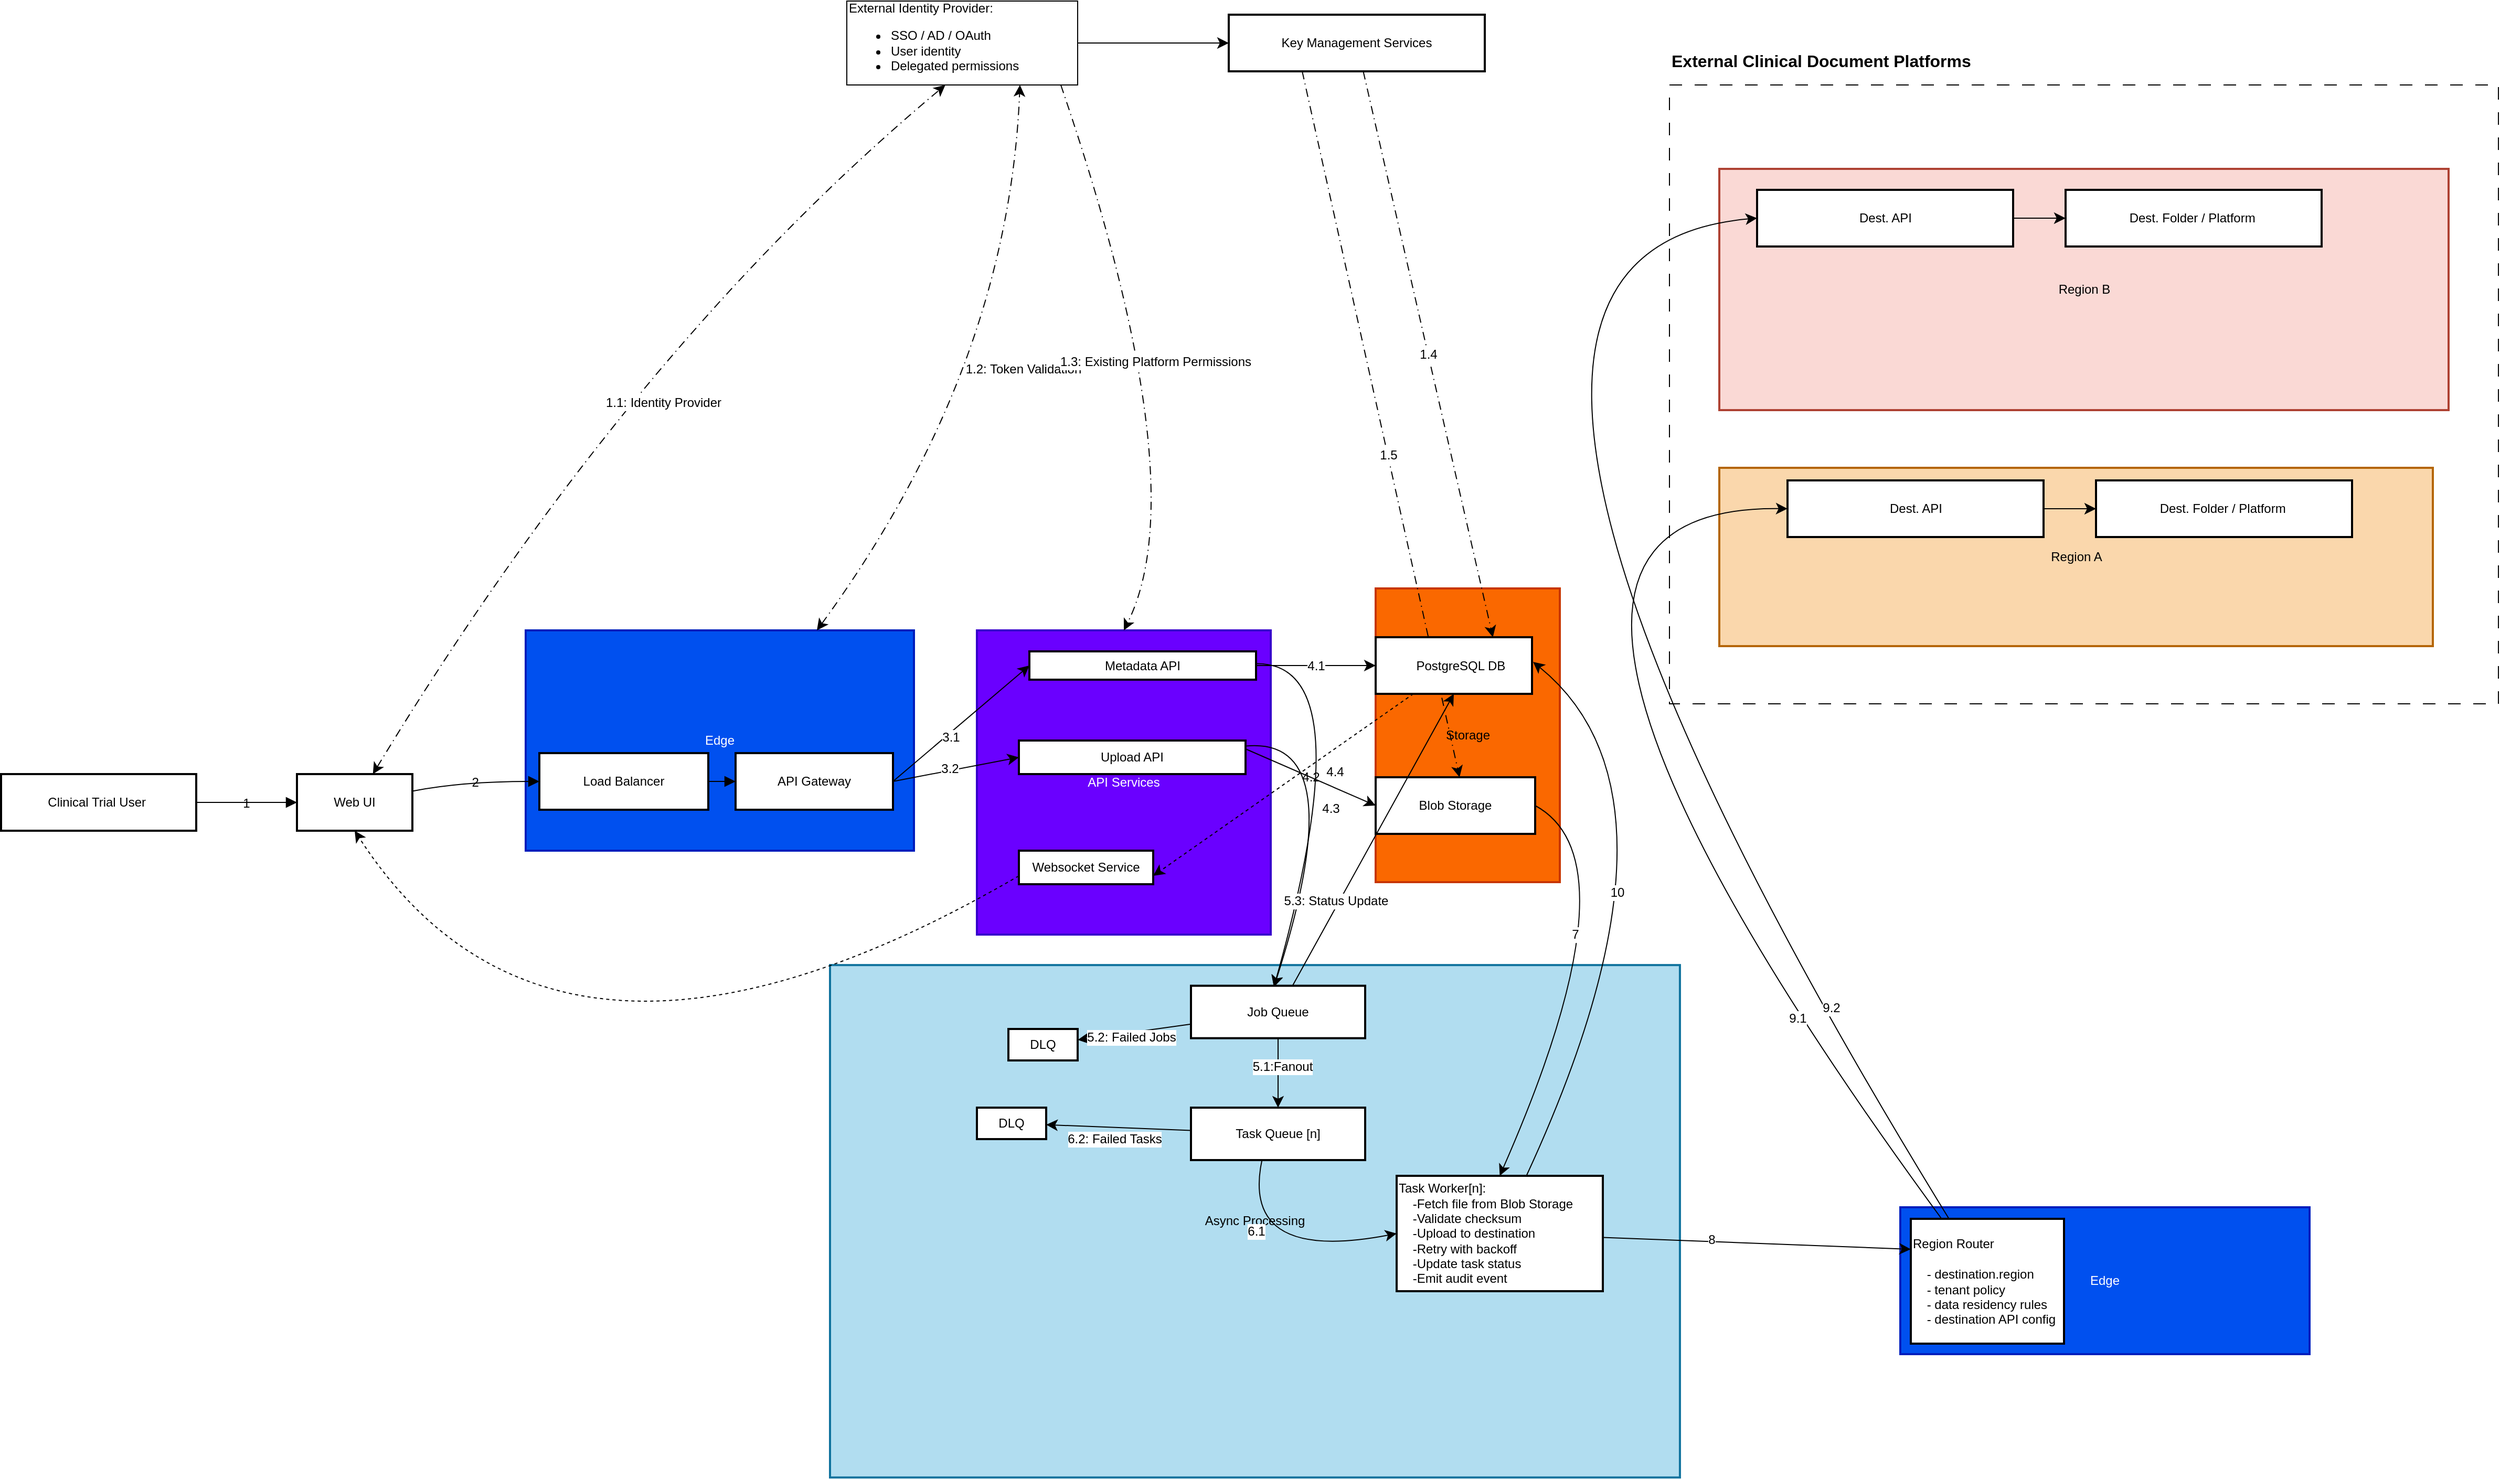
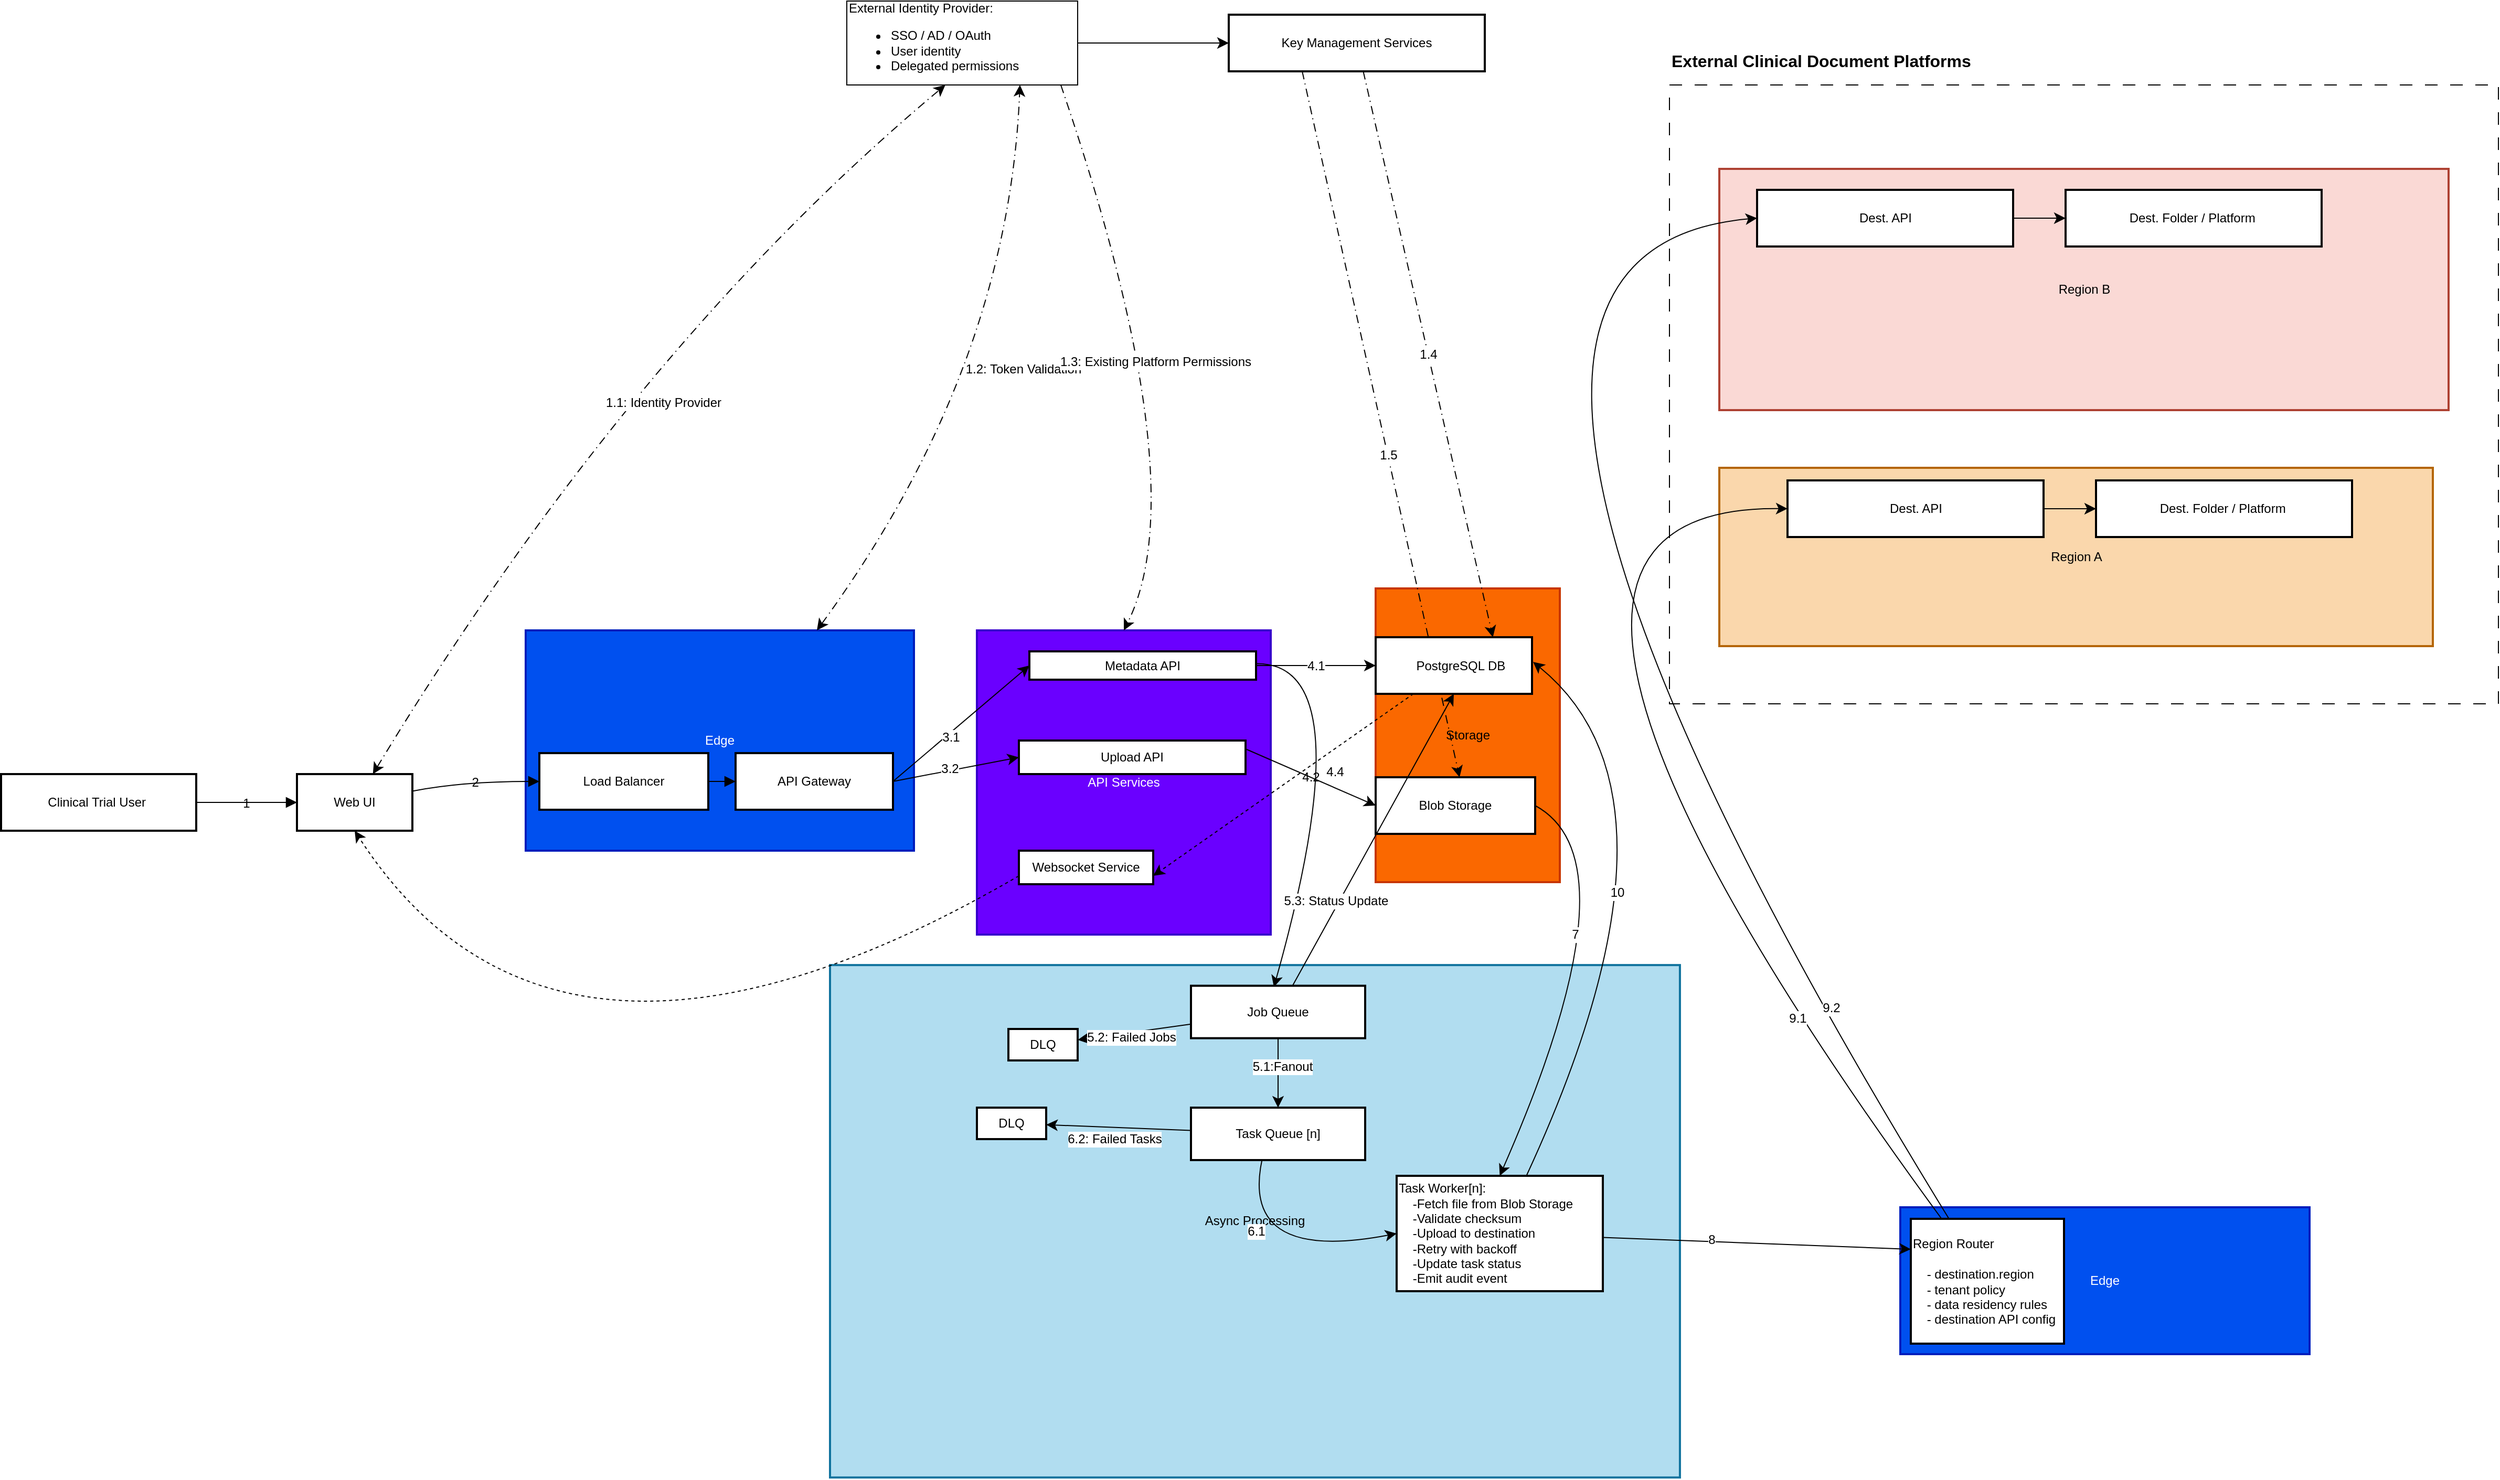
<mxfile host="app.diagrams.net">
  <diagram name="Overall-Diagram" id="Xauzskn0iYLa3f8TggF1">
    <mxGraphModel dx="1148" dy="1882" grid="1" gridSize="10" guides="1" tooltips="1" connect="1" arrows="1" fold="1" page="1" pageScale="1" pageWidth="850" pageHeight="1100" background="none" math="0" shadow="0">
      <root>
        <mxCell id="0" />
        <mxCell id="1" parent="0" />
        <mxCell id="kZjGEyZ31KSyDfQOjVAd-13" connectable="0" parent="1" style="group" value="" vertex="1">
          <mxGeometry height="630" width="790" x="1690" y="-520" as="geometry" />
        </mxCell>
        <mxCell id="kZjGEyZ31KSyDfQOjVAd-8" parent="kZjGEyZ31KSyDfQOjVAd-13" style="rounded=0;whiteSpace=wrap;html=1;fillColor=none;dashed=1;dashPattern=12 12;" value="" vertex="1">
          <mxGeometry height="590" width="790" y="40" as="geometry" />
        </mxCell>
        <mxCell id="kZjGEyZ31KSyDfQOjVAd-10" parent="kZjGEyZ31KSyDfQOjVAd-13" style="text;html=1;whiteSpace=wrap;strokeColor=none;fillColor=none;align=left;verticalAlign=middle;rounded=0;fontSize=16;" value="&lt;h2&gt;&lt;span style=&quot;-webkit-text-size-adjust: auto; font-size: medium;&quot;&gt;External Clinical Document Platforms&lt;/span&gt;&lt;/h2&gt;" vertex="1">
          <mxGeometry height="30" width="470" as="geometry" />
        </mxCell>
        <mxCell id="tPvMw2njpGqdJi2HAjV1-28" parent="kZjGEyZ31KSyDfQOjVAd-13" style="whiteSpace=wrap;strokeWidth=2;rounded=0;labelBackgroundColor=none;fillColor=#fad9d5;strokeColor=#ae4132;" value="Region B" vertex="1">
          <mxGeometry height="230" width="695" x="47.5" y="120" as="geometry" />
        </mxCell>
        <mxCell id="tPvMw2njpGqdJi2HAjV1-27" parent="kZjGEyZ31KSyDfQOjVAd-13" style="whiteSpace=wrap;strokeWidth=2;rounded=0;labelBackgroundColor=none;fillColor=#fad7ac;strokeColor=#b46504;" value="Region A" vertex="1">
          <mxGeometry height="170" width="680" x="47.5" y="405" as="geometry" />
        </mxCell>
        <mxCell id="tPvMw2njpGqdJi2HAjV1-7" parent="kZjGEyZ31KSyDfQOjVAd-13" style="whiteSpace=wrap;strokeWidth=2;rounded=0;labelBackgroundColor=none;" value="Dest. Folder / Platform " vertex="1">
          <mxGeometry height="54" width="244" x="406.5" y="417" as="geometry" />
        </mxCell>
        <mxCell id="tPvMw2njpGqdJi2HAjV1-15" edge="1" parent="kZjGEyZ31KSyDfQOjVAd-13" source="tPvMw2njpGqdJi2HAjV1-8" style="edgeStyle=none;curved=1;rounded=0;orthogonalLoop=1;jettySize=auto;html=1;fontSize=12;startSize=8;endSize=8;" target="tPvMw2njpGqdJi2HAjV1-7" value="">
          <mxGeometry relative="1" as="geometry" />
        </mxCell>
        <mxCell id="tPvMw2njpGqdJi2HAjV1-8" parent="kZjGEyZ31KSyDfQOjVAd-13" style="whiteSpace=wrap;strokeWidth=2;rounded=0;labelBackgroundColor=none;" value="Dest. API" vertex="1">
          <mxGeometry height="54" width="244" x="112.5" y="417" as="geometry" />
        </mxCell>
        <mxCell id="tPvMw2njpGqdJi2HAjV1-9" parent="kZjGEyZ31KSyDfQOjVAd-13" style="whiteSpace=wrap;strokeWidth=2;rounded=0;labelBackgroundColor=none;" value="Dest. Folder / Platform " vertex="1">
          <mxGeometry height="54" width="244" x="377.5" y="140" as="geometry" />
        </mxCell>
        <mxCell id="tPvMw2njpGqdJi2HAjV1-16" edge="1" parent="kZjGEyZ31KSyDfQOjVAd-13" source="tPvMw2njpGqdJi2HAjV1-10" style="edgeStyle=none;curved=1;rounded=0;orthogonalLoop=1;jettySize=auto;html=1;fontSize=12;startSize=8;endSize=8;" target="tPvMw2njpGqdJi2HAjV1-9" value="">
          <mxGeometry relative="1" as="geometry" />
        </mxCell>
        <mxCell id="kZjGEyZ31KSyDfQOjVAd-19" edge="1" parent="kZjGEyZ31KSyDfQOjVAd-13" source="tPvMw2njpGqdJi2HAjV1-10" style="edgeStyle=none;curved=1;rounded=0;orthogonalLoop=1;jettySize=auto;html=1;fontSize=12;startSize=8;endSize=8;">
          <mxGeometry relative="1" as="geometry">
            <mxPoint x="129.99999999999955" y="167" as="targetPoint" />
          </mxGeometry>
        </mxCell>
        <mxCell id="tPvMw2njpGqdJi2HAjV1-10" parent="kZjGEyZ31KSyDfQOjVAd-13" style="whiteSpace=wrap;strokeWidth=2;rounded=0;labelBackgroundColor=none;" value="Dest. API" vertex="1">
          <mxGeometry height="54" width="244" x="83.5" y="140" as="geometry" />
        </mxCell>
        <mxCell id="ZxT0anLmeUN1lRlBXtKW-56" parent="1" style="whiteSpace=wrap;strokeWidth=2;rounded=0;labelBackgroundColor=none;fillColor=#0050ef;fontColor=#ffffff;strokeColor=#001DBC;" value="Edge" vertex="1">
          <mxGeometry height="140" width="390" x="1910" y="590" as="geometry" />
        </mxCell>
        <mxCell id="LGeiLnGPZ_kJypGg9XhN-2" parent="1" style="whiteSpace=wrap;strokeWidth=2;rounded=0;labelBackgroundColor=none;fillColor=#b1ddf0;strokeColor=#10739e;aspect=fixed;" value="Async Processing" vertex="1">
          <mxGeometry height="488.53" width="809.97" x="890" y="359.08" as="geometry" />
        </mxCell>
        <mxCell id="LGeiLnGPZ_kJypGg9XhN-4" parent="1" style="whiteSpace=wrap;strokeWidth=2;rounded=0;labelBackgroundColor=none;fillColor=#6a00ff;fontColor=#ffffff;strokeColor=#3700CC;" value="API Services" vertex="1">
          <mxGeometry height="290" width="280" x="1030" y="40" as="geometry" />
        </mxCell>
        <mxCell id="LGeiLnGPZ_kJypGg9XhN-3" parent="1" style="whiteSpace=wrap;strokeWidth=2;rounded=0;labelBackgroundColor=none;fillColor=#fa6800;fontColor=#000000;strokeColor=#C73500;" value="Storage" vertex="1">
          <mxGeometry height="280" width="175.5" x="1410" as="geometry" />
        </mxCell>
        <mxCell id="LGeiLnGPZ_kJypGg9XhN-5" parent="1" style="whiteSpace=wrap;strokeWidth=2;rounded=0;labelBackgroundColor=none;fillColor=#0050ef;fontColor=#ffffff;strokeColor=#001DBC;" value="Edge" vertex="1">
          <mxGeometry height="210" width="370" x="600" y="40" as="geometry" />
        </mxCell>
        <mxCell id="LGeiLnGPZ_kJypGg9XhN-6" parent="1" style="whiteSpace=wrap;strokeWidth=2;rounded=0;labelBackgroundColor=none;" value="Clinical Trial User " vertex="1">
          <mxGeometry height="54" width="186" x="100" y="177" as="geometry" />
        </mxCell>
        <mxCell id="kZjGEyZ31KSyDfQOjVAd-4" edge="1" parent="1" style="edgeStyle=none;curved=1;rounded=0;orthogonalLoop=1;jettySize=auto;html=1;entryX=0.427;entryY=1;entryDx=0;entryDy=0;fontSize=12;startSize=8;endSize=8;dashed=1;dashPattern=8 4 1 4;startArrow=classic;startFill=1;entryPerimeter=0;" target="kZjGEyZ31KSyDfQOjVAd-6" value="1.1: Identity Provider">
          <mxGeometry relative="1" x="0.0321" y="-53" as="geometry">
            <mxPoint as="offset" />
            <Array as="points">
              <mxPoint x="701" y="-230" />
            </Array>
            <mxPoint x="454.3617511520737" y="177" as="sourcePoint" />
            <mxPoint x="1140.5" y="-433" as="targetPoint" />
          </mxGeometry>
        </mxCell>
        <mxCell id="LGeiLnGPZ_kJypGg9XhN-7" parent="1" style="whiteSpace=wrap;strokeWidth=2;rounded=0;labelBackgroundColor=none;" value="Web UI" vertex="1">
          <mxGeometry height="54" width="110" x="382" y="177" as="geometry" />
        </mxCell>
        <mxCell id="LGeiLnGPZ_kJypGg9XhN-8" parent="1" style="whiteSpace=wrap;strokeWidth=2;rounded=0;labelBackgroundColor=none;align=center;" value="&#xa;Load Balancer&#xa;" vertex="1">
          <mxGeometry height="54" width="161" x="613" y="157" as="geometry" />
        </mxCell>
        <mxCell id="ijDLy2rUQYNMrnhEq9o_-15" edge="1" parent="1" source="LGeiLnGPZ_kJypGg9XhN-9" style="edgeStyle=none;curved=1;rounded=0;orthogonalLoop=1;jettySize=auto;html=1;fontSize=12;startSize=8;endSize=8;entryX=0;entryY=0.5;entryDx=0;entryDy=0;labelBackgroundColor=none;fontColor=default;exitX=1;exitY=0.5;exitDx=0;exitDy=0;" target="LGeiLnGPZ_kJypGg9XhN-10">
          <mxGeometry relative="1" as="geometry">
            <mxPoint x="1059.9999999999998" y="229.99999999999977" as="targetPoint" />
          </mxGeometry>
        </mxCell>
        <mxCell id="kZjGEyZ31KSyDfQOjVAd-1" connectable="0" parent="ijDLy2rUQYNMrnhEq9o_-15" style="edgeLabel;html=1;align=center;verticalAlign=middle;resizable=0;points=[];fontSize=12;" value="3.1" vertex="1">
          <mxGeometry relative="1" x="-0.1984" y="-3" as="geometry">
            <mxPoint x="1" as="offset" />
          </mxGeometry>
        </mxCell>
        <mxCell id="ijDLy2rUQYNMrnhEq9o_-17" edge="1" parent="1" source="LGeiLnGPZ_kJypGg9XhN-9" style="edgeStyle=none;curved=1;rounded=0;orthogonalLoop=1;jettySize=auto;html=1;entryX=0;entryY=0.5;entryDx=0;entryDy=0;fontSize=12;startSize=8;endSize=8;exitX=1;exitY=0.5;exitDx=0;exitDy=0;" target="LGeiLnGPZ_kJypGg9XhN-11">
          <mxGeometry relative="1" as="geometry">
            <mxPoint x="960" y="190" as="sourcePoint" />
          </mxGeometry>
        </mxCell>
        <mxCell id="kZjGEyZ31KSyDfQOjVAd-2" connectable="0" parent="ijDLy2rUQYNMrnhEq9o_-17" style="edgeLabel;html=1;align=center;verticalAlign=middle;resizable=0;points=[];fontSize=12;" value="3.2" vertex="1">
          <mxGeometry relative="1" x="-0.0885" y="2" as="geometry">
            <mxPoint as="offset" />
          </mxGeometry>
        </mxCell>
        <mxCell id="tPvMw2njpGqdJi2HAjV1-17" edge="1" parent="1" source="LGeiLnGPZ_kJypGg9XhN-5" style="edgeStyle=none;curved=1;rounded=0;orthogonalLoop=1;jettySize=auto;html=1;entryX=0.75;entryY=1;entryDx=0;entryDy=0;fontSize=12;startSize=8;endSize=8;dashed=1;dashPattern=8 4 1 4;startArrow=classic;startFill=1;exitX=0.75;exitY=0;exitDx=0;exitDy=0;" target="kZjGEyZ31KSyDfQOjVAd-6" value="1.2: Token Validation">
          <mxGeometry relative="1" x="0.0672" y="-14" as="geometry">
            <mxPoint as="offset" />
            <Array as="points">
              <mxPoint x="1060" y="-210" />
            </Array>
            <mxPoint x="853.7118320610687" y="157" as="sourcePoint" />
            <mxPoint x="1240.5" y="-406" as="targetPoint" />
          </mxGeometry>
        </mxCell>
        <mxCell id="LGeiLnGPZ_kJypGg9XhN-9" parent="1" style="whiteSpace=wrap;strokeWidth=2;rounded=0;labelBackgroundColor=none;" value="API Gateway" vertex="1">
          <mxGeometry height="54" width="150" x="800" y="157" as="geometry" />
        </mxCell>
        <mxCell id="ijDLy2rUQYNMrnhEq9o_-19" edge="1" parent="1" source="LGeiLnGPZ_kJypGg9XhN-10" style="edgeStyle=none;curved=1;rounded=0;orthogonalLoop=1;jettySize=auto;html=1;entryX=0;entryY=0.5;entryDx=0;entryDy=0;fontSize=12;startSize=8;endSize=8;exitX=1;exitY=0.5;exitDx=0;exitDy=0;" target="LGeiLnGPZ_kJypGg9XhN-12" value="4.1">
          <mxGeometry relative="1" as="geometry" />
        </mxCell>
        <mxCell id="ZxT0anLmeUN1lRlBXtKW-1" edge="1" parent="1" source="LGeiLnGPZ_kJypGg9XhN-10" style="edgeStyle=none;curved=1;rounded=0;orthogonalLoop=1;jettySize=auto;html=1;entryX=0.5;entryY=0;entryDx=0;entryDy=0;fontSize=12;startSize=8;endSize=8;" value="4.4">
          <mxGeometry relative="1" as="geometry">
            <Array as="points">
              <mxPoint x="1400" y="70" />
            </Array>
            <mxPoint x="1313" y="380" as="targetPoint" />
          </mxGeometry>
        </mxCell>
        <mxCell id="LGeiLnGPZ_kJypGg9XhN-10" parent="1" style="whiteSpace=wrap;strokeWidth=2;rounded=0;labelBackgroundColor=none;" value="Metadata API" vertex="1">
          <mxGeometry height="27" width="216" x="1080" y="60" as="geometry" />
        </mxCell>
        <mxCell id="ijDLy2rUQYNMrnhEq9o_-12" edge="1" parent="1" source="LGeiLnGPZ_kJypGg9XhN-11" style="edgeStyle=none;curved=1;rounded=0;orthogonalLoop=1;jettySize=auto;html=1;entryX=0;entryY=0.5;entryDx=0;entryDy=0;fontSize=12;startSize=8;endSize=8;exitX=1;exitY=0.25;exitDx=0;exitDy=0;labelBackgroundColor=none;fontColor=default;" target="LGeiLnGPZ_kJypGg9XhN-13" value="4.2">
          <mxGeometry relative="1" as="geometry" />
        </mxCell>
-         <mxCell id="ZxT0anLmeUN1lRlBXtKW-2" edge="1" parent="1" source="LGeiLnGPZ_kJypGg9XhN-11" style="edgeStyle=none;curved=1;rounded=0;orthogonalLoop=1;jettySize=auto;html=1;entryX=0.5;entryY=0;entryDx=0;entryDy=0;fontSize=12;startSize=8;endSize=8;" value="4.3">
-           <mxGeometry relative="1" as="geometry">
-             <Array as="points">
-               <mxPoint x="1390" y="140" />
-             </Array>
-             <mxPoint x="1313" y="380" as="targetPoint" />
-           </mxGeometry>
-         </mxCell>
        <mxCell id="LGeiLnGPZ_kJypGg9XhN-11" parent="1" style="whiteSpace=wrap;strokeWidth=2;rounded=0;labelBackgroundColor=none;" value="Upload API" vertex="1">
          <mxGeometry height="32" width="216" x="1070" y="145" as="geometry" />
        </mxCell>
        <mxCell id="tPvMw2njpGqdJi2HAjV1-18" edge="1" parent="1" source="LGeiLnGPZ_kJypGg9XhN-20" style="edgeStyle=none;curved=1;rounded=0;orthogonalLoop=1;jettySize=auto;html=1;entryX=0.75;entryY=0;entryDx=0;entryDy=0;fontSize=12;startSize=8;endSize=8;dashed=1;dashPattern=8 4 1 4;" target="LGeiLnGPZ_kJypGg9XhN-12" value="1.4">
          <mxGeometry relative="1" as="geometry" />
        </mxCell>
        <mxCell id="tPvMw2njpGqdJi2HAjV1-19" edge="1" parent="1" style="edgeStyle=none;curved=1;rounded=0;orthogonalLoop=1;jettySize=auto;html=1;entryX=0.526;entryY=0;entryDx=0;entryDy=0;fontSize=12;startSize=8;endSize=8;dashed=1;dashPattern=8 4 1 4;entryPerimeter=0;" target="LGeiLnGPZ_kJypGg9XhN-13">
          <mxGeometry relative="1" as="geometry">
            <mxPoint x="1340.0036176066023" y="-493" as="sourcePoint" />
            <mxPoint x="1503.69" y="207" as="targetPoint" />
          </mxGeometry>
        </mxCell>
        <mxCell id="kZjGEyZ31KSyDfQOjVAd-3" connectable="0" parent="tPvMw2njpGqdJi2HAjV1-19" style="edgeLabel;html=1;align=center;verticalAlign=middle;resizable=0;points=[];fontSize=12;" value="1.5" vertex="1">
          <mxGeometry relative="1" x="0.0872" as="geometry">
            <mxPoint as="offset" />
          </mxGeometry>
        </mxCell>
        <mxCell id="kZjGEyZ31KSyDfQOjVAd-5" edge="1" parent="1" source="kZjGEyZ31KSyDfQOjVAd-6" style="edgeStyle=none;curved=1;rounded=0;orthogonalLoop=1;jettySize=auto;html=1;fontSize=12;startSize=8;endSize=8;dashed=1;dashPattern=8 4 1 4;entryX=0.5;entryY=0;entryDx=0;entryDy=0;exitX=0.927;exitY=1;exitDx=0;exitDy=0;exitPerimeter=0;" target="LGeiLnGPZ_kJypGg9XhN-4" value="1.3: Existing Platform Permissions">
          <mxGeometry relative="1" as="geometry">
            <Array as="points">
              <mxPoint x="1240" y="-100" />
            </Array>
            <mxPoint x="1160" y="20" as="targetPoint" />
          </mxGeometry>
        </mxCell>
        <mxCell id="LGeiLnGPZ_kJypGg9XhN-20" parent="1" style="whiteSpace=wrap;strokeWidth=2;rounded=0;labelBackgroundColor=none;" value="Key Management Services" vertex="1">
          <mxGeometry height="54" width="244" x="1270" y="-547" as="geometry" />
        </mxCell>
        <mxCell id="LGeiLnGPZ_kJypGg9XhN-23" edge="1" parent="1" source="LGeiLnGPZ_kJypGg9XhN-6" style="curved=1;startArrow=none;endArrow=block;exitX=1;exitY=0.5;entryX=0;entryY=0.5;rounded=0;fontSize=12;startSize=8;endSize=8;labelBackgroundColor=none;fontColor=default;" target="LGeiLnGPZ_kJypGg9XhN-7" value="1">
          <mxGeometry relative="1" as="geometry">
            <Array as="points" />
          </mxGeometry>
        </mxCell>
        <mxCell id="LGeiLnGPZ_kJypGg9XhN-24" edge="1" parent="1" source="LGeiLnGPZ_kJypGg9XhN-7" style="curved=1;startArrow=none;endArrow=block;exitX=1;exitY=0.3;entryX=0;entryY=0.5;rounded=0;fontSize=12;startSize=8;endSize=8;labelBackgroundColor=none;fontColor=default;" target="LGeiLnGPZ_kJypGg9XhN-8" value="2">
          <mxGeometry relative="1" as="geometry">
            <Array as="points">
              <mxPoint x="540" y="184" />
            </Array>
          </mxGeometry>
        </mxCell>
        <mxCell id="LGeiLnGPZ_kJypGg9XhN-35" edge="1" parent="1" source="LGeiLnGPZ_kJypGg9XhN-8" style="curved=1;startArrow=none;endArrow=block;exitX=1;exitY=0.5;entryX=0;entryY=0.5;rounded=0;fontSize=12;startSize=8;endSize=8;labelBackgroundColor=none;fontColor=default;" target="LGeiLnGPZ_kJypGg9XhN-9" value="">
          <mxGeometry relative="1" as="geometry">
            <Array as="points" />
          </mxGeometry>
        </mxCell>
        <mxCell id="tPvMw2njpGqdJi2HAjV1-29" edge="1" parent="1" source="LGeiLnGPZ_kJypGg9XhN-18" style="edgeStyle=none;curved=1;rounded=0;orthogonalLoop=1;jettySize=auto;html=1;entryX=0.5;entryY=1;entryDx=0;entryDy=0;fontSize=12;startSize=8;endSize=8;dashed=1;exitX=0;exitY=0.75;exitDx=0;exitDy=0;" target="LGeiLnGPZ_kJypGg9XhN-7">
          <mxGeometry relative="1" as="geometry">
            <Array as="points">
              <mxPoint x="630" y="530" />
            </Array>
          </mxGeometry>
        </mxCell>
        <mxCell id="LGeiLnGPZ_kJypGg9XhN-18" parent="1" style="whiteSpace=wrap;strokeWidth=2;rounded=0;labelBackgroundColor=none;" value="Websocket Service" vertex="1">
          <mxGeometry height="32" width="128" x="1070" y="250" as="geometry" />
        </mxCell>
        <mxCell id="kZjGEyZ31KSyDfQOjVAd-26" edge="1" parent="1" source="LGeiLnGPZ_kJypGg9XhN-13" style="edgeStyle=none;curved=1;rounded=0;orthogonalLoop=1;jettySize=auto;html=1;entryX=0.5;entryY=0;entryDx=0;entryDy=0;fontSize=12;startSize=8;endSize=8;exitX=1;exitY=0.5;exitDx=0;exitDy=0;" target="ZxT0anLmeUN1lRlBXtKW-53" value="7">
          <mxGeometry relative="1" x="-0.0907" y="-27" as="geometry">
            <mxPoint as="offset" />
            <Array as="points">
              <mxPoint x="1660" y="260" />
            </Array>
          </mxGeometry>
        </mxCell>
        <mxCell id="LGeiLnGPZ_kJypGg9XhN-13" parent="1" style="whiteSpace=wrap;strokeWidth=2;rounded=0;labelBackgroundColor=none;" value="Blob Storage" vertex="1">
          <mxGeometry height="54" width="152" x="1410" y="180" as="geometry" />
        </mxCell>
        <mxCell id="H6ffHFjMrClnpl93w-sh-3" edge="1" parent="1" source="LGeiLnGPZ_kJypGg9XhN-12" style="edgeStyle=none;curved=1;rounded=0;orthogonalLoop=1;jettySize=auto;html=1;entryX=1;entryY=0.75;entryDx=0;entryDy=0;fontSize=12;startSize=8;endSize=8;dashed=1;" target="LGeiLnGPZ_kJypGg9XhN-18">
          <mxGeometry relative="1" as="geometry" />
        </mxCell>
        <mxCell id="LGeiLnGPZ_kJypGg9XhN-12" parent="1" style="whiteSpace=wrap;strokeWidth=2;rounded=0;labelBackgroundColor=none;fontStyle=0" value="    PostgreSQL DB" vertex="1">
          <mxGeometry height="54" width="149" x="1410" y="46.5" as="geometry" />
        </mxCell>
        <mxCell id="kZjGEyZ31KSyDfQOjVAd-17" edge="1" parent="1" source="tPvMw2njpGqdJi2HAjV1-6" style="edgeStyle=none;curved=1;rounded=0;orthogonalLoop=1;jettySize=auto;html=1;fontSize=12;startSize=8;endSize=8;entryX=0;entryY=0.5;entryDx=0;entryDy=0;" target="tPvMw2njpGqdJi2HAjV1-8" value="9.1">
          <mxGeometry relative="1" x="-0.6065" y="-2" as="geometry">
            <mxPoint as="offset" />
            <Array as="points">
              <mxPoint x="1450" y="-80" />
            </Array>
            <mxPoint x="1969.9999999999995" y="-40" as="targetPoint" />
          </mxGeometry>
        </mxCell>
        <mxCell id="kZjGEyZ31KSyDfQOjVAd-18" edge="1" parent="1" source="tPvMw2njpGqdJi2HAjV1-6" style="edgeStyle=none;curved=1;rounded=0;orthogonalLoop=1;jettySize=auto;html=1;fontSize=12;startSize=8;endSize=8;entryX=0;entryY=0.5;entryDx=0;entryDy=0;" target="tPvMw2njpGqdJi2HAjV1-10" value="9.2">
          <mxGeometry relative="1" x="-0.6863" y="-9" as="geometry">
            <mxPoint as="offset" />
            <Array as="points">
              <mxPoint x="1390" y="-320" />
            </Array>
            <mxPoint x="1779.9999999999995" y="-360" as="targetPoint" />
          </mxGeometry>
        </mxCell>
        <mxCell id="tPvMw2njpGqdJi2HAjV1-6" parent="1" style="whiteSpace=wrap;strokeWidth=2;rounded=0;labelBackgroundColor=none;align=left;" value="Region Router&#xa;&#xa;    - destination.region&#xa;    - tenant policy&#xa;    - data residency rules&#xa;    - destination API config" vertex="1">
          <mxGeometry height="119" width="146" x="1920" y="601" as="geometry" />
        </mxCell>
        <mxCell id="ZxT0anLmeUN1lRlBXtKW-5" edge="1" parent="1" source="ZxT0anLmeUN1lRlBXtKW-3" style="edgeStyle=none;curved=1;rounded=0;orthogonalLoop=1;jettySize=auto;html=1;fontSize=12;startSize=8;endSize=8;" target="ZxT0anLmeUN1lRlBXtKW-4" value="">
          <mxGeometry relative="1" as="geometry" />
        </mxCell>
        <mxCell id="kZjGEyZ31KSyDfQOjVAd-20" connectable="0" parent="ZxT0anLmeUN1lRlBXtKW-5" style="edgeLabel;html=1;align=center;verticalAlign=middle;resizable=0;points=[];fontSize=12;" value="5.1:Fanout" vertex="1">
          <mxGeometry relative="1" x="-0.1908" y="4" as="geometry">
            <mxPoint as="offset" />
          </mxGeometry>
        </mxCell>
        <mxCell id="ZxT0anLmeUN1lRlBXtKW-52" edge="1" parent="1" source="ZxT0anLmeUN1lRlBXtKW-3" style="edgeStyle=none;curved=1;rounded=0;orthogonalLoop=1;jettySize=auto;html=1;fontSize=12;startSize=8;endSize=8;" target="ZxT0anLmeUN1lRlBXtKW-9" value="">
          <mxGeometry relative="1" as="geometry" />
        </mxCell>
        <mxCell id="kZjGEyZ31KSyDfQOjVAd-22" connectable="0" parent="ZxT0anLmeUN1lRlBXtKW-52" style="edgeLabel;html=1;align=center;verticalAlign=middle;resizable=0;points=[];fontSize=12;" value="5.2: Failed Jobs" vertex="1">
          <mxGeometry relative="1" x="0.0649" y="4" as="geometry">
            <mxPoint as="offset" />
          </mxGeometry>
        </mxCell>
        <mxCell id="H6ffHFjMrClnpl93w-sh-1" edge="1" parent="1" source="ZxT0anLmeUN1lRlBXtKW-3" style="edgeStyle=none;curved=1;rounded=0;orthogonalLoop=1;jettySize=auto;html=1;entryX=0.5;entryY=1;entryDx=0;entryDy=0;fontSize=12;startSize=8;endSize=8;" target="LGeiLnGPZ_kJypGg9XhN-12">
          <mxGeometry relative="1" as="geometry" />
        </mxCell>
        <mxCell id="H6ffHFjMrClnpl93w-sh-2" connectable="0" parent="H6ffHFjMrClnpl93w-sh-1" style="edgeLabel;html=1;align=center;verticalAlign=middle;resizable=0;points=[];fontSize=12;" value="5.3: Status Update" vertex="1">
          <mxGeometry relative="1" x="-0.4298" y="3" as="geometry">
            <mxPoint as="offset" />
          </mxGeometry>
        </mxCell>
        <mxCell id="ZxT0anLmeUN1lRlBXtKW-3" parent="1" style="whiteSpace=wrap;strokeWidth=2;rounded=0;labelBackgroundColor=none;" value="Job Queue" vertex="1">
          <mxGeometry height="50" width="166" x="1234" y="378.79999999999995" as="geometry" />
        </mxCell>
        <mxCell id="ZxT0anLmeUN1lRlBXtKW-21" edge="1" parent="1" source="ZxT0anLmeUN1lRlBXtKW-4" style="edgeStyle=none;curved=1;rounded=0;orthogonalLoop=1;jettySize=auto;html=1;fontSize=12;startSize=8;endSize=8;" target="ZxT0anLmeUN1lRlBXtKW-11" value="">
          <mxGeometry relative="1" as="geometry" />
        </mxCell>
        <mxCell id="kZjGEyZ31KSyDfQOjVAd-23" connectable="0" parent="ZxT0anLmeUN1lRlBXtKW-21" style="edgeLabel;html=1;align=center;verticalAlign=middle;resizable=0;points=[];fontSize=12;" value="6.2: Failed Tasks" vertex="1">
          <mxGeometry relative="1" x="-0.2155" y="3" as="geometry">
            <mxPoint x="-19" y="7" as="offset" />
          </mxGeometry>
        </mxCell>
        <mxCell id="ZxT0anLmeUN1lRlBXtKW-54" edge="1" parent="1" source="ZxT0anLmeUN1lRlBXtKW-4" style="edgeStyle=none;curved=1;rounded=0;orthogonalLoop=1;jettySize=auto;html=1;entryX=0;entryY=0.5;entryDx=0;entryDy=0;fontSize=12;startSize=8;endSize=8;exitX=0.422;exitY=0.8;exitDx=0;exitDy=0;exitPerimeter=0;" target="ZxT0anLmeUN1lRlBXtKW-53" value="6.1">
          <mxGeometry relative="1" x="-0.4334" y="13" as="geometry">
            <mxPoint as="offset" />
            <Array as="points">
              <mxPoint x="1274" y="645" />
            </Array>
          </mxGeometry>
        </mxCell>
        <mxCell id="ZxT0anLmeUN1lRlBXtKW-4" parent="1" style="whiteSpace=wrap;strokeWidth=2;rounded=0;labelBackgroundColor=none;" value="Task Queue [n]" vertex="1">
          <mxGeometry height="50" width="166" x="1234" y="495" as="geometry" />
        </mxCell>
        <mxCell id="ZxT0anLmeUN1lRlBXtKW-9" parent="1" style="whiteSpace=wrap;strokeWidth=2;rounded=0;labelBackgroundColor=none;" value="DLQ" vertex="1">
          <mxGeometry height="30" width="66" x="1060" y="419.99999999999994" as="geometry" />
        </mxCell>
        <mxCell id="ZxT0anLmeUN1lRlBXtKW-11" parent="1" style="whiteSpace=wrap;strokeWidth=2;rounded=0;labelBackgroundColor=none;" value="DLQ" vertex="1">
          <mxGeometry height="30" width="66" x="1030" y="495" as="geometry" />
        </mxCell>
        <mxCell id="ZxT0anLmeUN1lRlBXtKW-55" edge="1" parent="1" source="ZxT0anLmeUN1lRlBXtKW-53" style="edgeStyle=none;curved=1;rounded=0;orthogonalLoop=1;jettySize=auto;html=1;fontSize=12;startSize=8;endSize=8;">
          <mxGeometry relative="1" as="geometry">
            <mxPoint x="1920.0000000000005" y="630" as="targetPoint" />
          </mxGeometry>
        </mxCell>
        <mxCell id="kZjGEyZ31KSyDfQOjVAd-24" connectable="0" parent="ZxT0anLmeUN1lRlBXtKW-55" style="edgeLabel;html=1;align=center;verticalAlign=middle;resizable=0;points=[];fontSize=12;" value="8" vertex="1">
          <mxGeometry relative="1" x="-0.2942" y="2" as="geometry">
            <mxPoint as="offset" />
          </mxGeometry>
        </mxCell>
        <mxCell id="kZjGEyZ31KSyDfQOjVAd-27" edge="1" parent="1" source="ZxT0anLmeUN1lRlBXtKW-53" style="edgeStyle=none;curved=1;rounded=0;orthogonalLoop=1;jettySize=auto;html=1;fontSize=12;startSize=8;endSize=8;" value="10">
          <mxGeometry relative="1" x="-0.066" y="35" as="geometry">
            <mxPoint as="offset" />
            <Array as="points">
              <mxPoint x="1720" y="200" />
            </Array>
            <mxPoint x="1560" y="70" as="targetPoint" />
          </mxGeometry>
        </mxCell>
        <mxCell id="ZxT0anLmeUN1lRlBXtKW-53" parent="1" style="whiteSpace=wrap;strokeWidth=2;rounded=0;labelBackgroundColor=none;align=left;" value="Task Worker[n]:&#xa;    -Fetch file from Blob Storage&#xa;    -Validate checksum&#xa;    -Upload to destination&#xa;    -Retry with backoff&#xa;    -Update task status&#xa;    -Emit audit event" vertex="1">
          <mxGeometry height="110" width="196.5" x="1430" y="560" as="geometry" />
        </mxCell>
        <mxCell id="kZjGEyZ31KSyDfQOjVAd-7" edge="1" parent="1" source="kZjGEyZ31KSyDfQOjVAd-6" style="edgeStyle=none;curved=1;rounded=0;orthogonalLoop=1;jettySize=auto;html=1;fontSize=12;startSize=8;endSize=8;" target="LGeiLnGPZ_kJypGg9XhN-20" value="">
          <mxGeometry relative="1" as="geometry" />
        </mxCell>
        <mxCell id="kZjGEyZ31KSyDfQOjVAd-6" parent="1" style="whiteSpace=wrap;html=1;align=left;" value="&lt;div&gt;External Identity Provider:&lt;/div&gt;&lt;div&gt;&lt;ul&gt;&lt;li style=&quot;&quot;&gt;SSO / AD / OAuth&lt;/li&gt;&lt;li style=&quot;&quot;&gt;User identity&lt;/li&gt;&lt;li&gt;Delegated permissions&lt;br&gt;&lt;/li&gt;&lt;/ul&gt;&lt;/div&gt;" vertex="1">
          <mxGeometry height="80" width="220" x="906" y="-560" as="geometry" />
        </mxCell>
      </root>
    </mxGraphModel>
  </diagram>
</mxfile>
